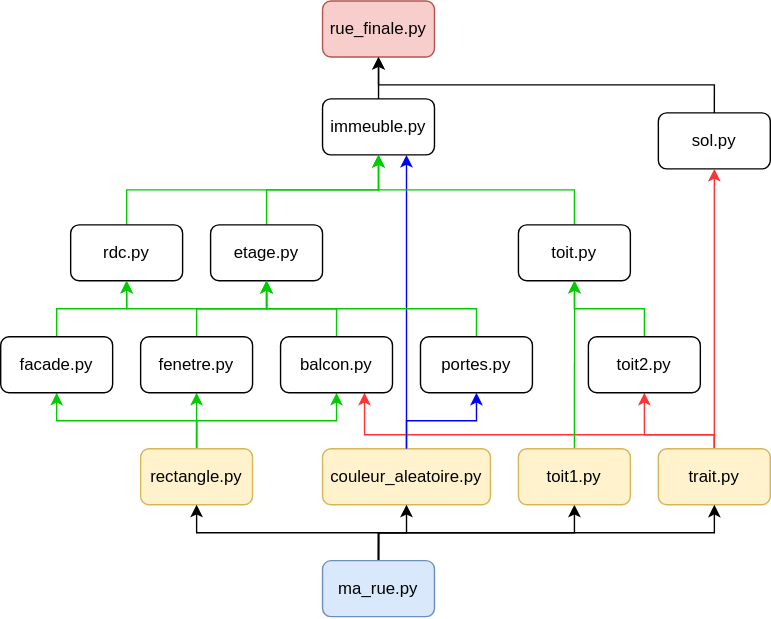
ericECmorlaix/ericECmorlaix.github.io keeps this draw.io diagram as img/dessiner_ma_rue-backlog.svg. Above is the earlier version. Source tidied: cells renumbered, new cells last; positions are measured from the earlier drawing's top-left corner, leaving out a move shared by most shapes.
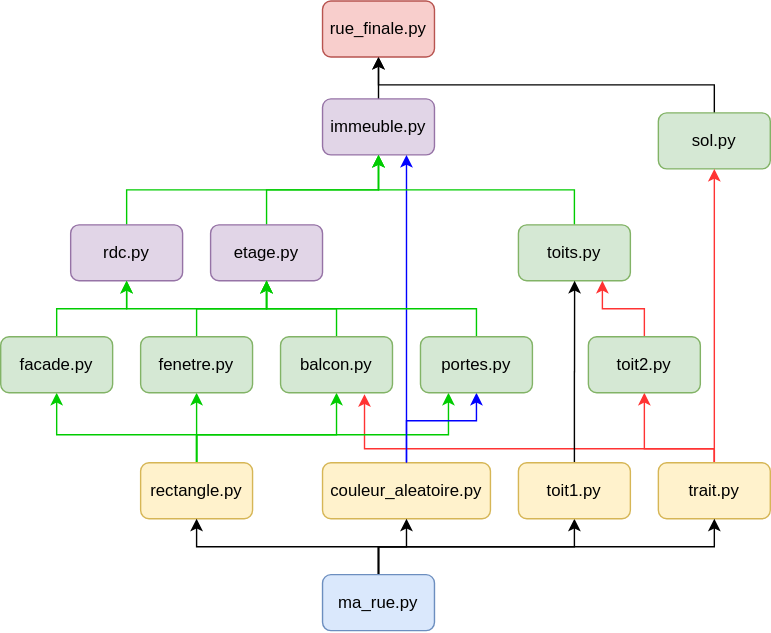
The same file after the commit.

The edit, as a diff of the source:
```diff
@@ -8,76 +8,97 @@
     <mxCell id="3" value="rue_finale.py" style="rounded=1;whiteSpace=wrap;html=1;fillColor=#f8cecc;strokeColor=#b85450;" parent="1" vertex="1">
       <mxGeometry x="230" width="80" height="40" as="geometry" />
     </mxCell>
-    <mxCell id="4" value="immeuble.py" style="rounded=1;whiteSpace=wrap;html=1;" parent="1" vertex="1">
+    <mxCell id="4" value="immeuble.py" style="rounded=1;whiteSpace=wrap;html=1;fillColor=#e1d5e7;strokeColor=#9673a6;" parent="1" vertex="1">
       <mxGeometry x="230" y="70" width="80" height="40" as="geometry" />
     </mxCell>
     <mxCell id="5" style="edgeStyle=orthogonalEdgeStyle;rounded=0;jettySize=auto;html=1;exitX=0.5;exitY=0;exitDx=0;exitDy=0;entryX=0.5;entryY=1;entryDx=0;entryDy=0;startArrow=none;startFill=0;endArrow=classic;endFill=1;" parent="1" edge="1" source="6" target="3">
       <mxGeometry relative="1" as="geometry" />
     </mxCell>
-    <mxCell id="6" value="sol.py" style="rounded=1;whiteSpace=wrap;html=1;" parent="1" vertex="1">
+    <mxCell id="6" value="sol.py" style="rounded=1;whiteSpace=wrap;html=1;fillColor=#d5e8d4;strokeColor=#82b366;" parent="1" vertex="1">
       <mxGeometry x="470" y="80" width="80" height="40" as="geometry" />
     </mxCell>
     <mxCell id="7" style="edgeStyle=orthogonalEdgeStyle;rounded=0;jettySize=auto;html=1;exitX=0.5;exitY=0;exitDx=0;exitDy=0;startArrow=none;startFill=0;endArrow=classic;endFill=1;entryX=0.5;entryY=1;entryDx=0;entryDy=0;strokeColor=#00CC00;" parent="1" edge="1" source="8" target="4">
       <mxGeometry relative="1" as="geometry" />
     </mxCell>
-    <mxCell id="8" value="rdc.py" style="rounded=1;whiteSpace=wrap;html=1;" parent="1" vertex="1">
+    <mxCell id="8" value="rdc.py" style="rounded=1;whiteSpace=wrap;html=1;fillColor=#e1d5e7;strokeColor=#9673a6;" parent="1" vertex="1">
       <mxGeometry x="50" y="160" width="80" height="40" as="geometry" />
     </mxCell>
-    <mxCell id="9" style="edgeStyle=orthogonalEdgeStyle;rounded=0;jettySize=auto;html=1;exitX=0.5;exitY=0;exitDx=0;exitDy=0;startArrow=none;startFill=0;endArrow=classic;endFill=1;strokeColor=#00CC00;" parent="1" edge="1" source="10">
-      <mxGeometry relative="1" as="geometry">
-        <mxPoint x="270" y="110" as="targetPoint" />
-      </mxGeometry>
-    </mxCell>
+    <mxCell id="42" style="edgeStyle=orthogonalEdgeStyle;rounded=0;jettySize=auto;html=1;exitX=0.5;exitY=0;exitDx=0;exitDy=0;startArrow=none;startFill=0;endArrow=classic;endFill=1;strokeColor=#00CC00;" parent="1" edge="1" source="10">
+      <mxGeometry relative="1" as="geometry">
+        <mxPoint x="270" y="110" as="targetPoint" />
+      </mxGeometry>
+    </mxCell>
-    <mxCell id="10" value="etage.py" style="rounded=1;whiteSpace=wrap;html=1;" parent="1" vertex="1">
+    <mxCell id="10" value="etage.py" style="rounded=1;whiteSpace=wrap;html=1;fillColor=#e1d5e7;strokeColor=#9673a6;" parent="1" vertex="1">
       <mxGeometry x="150" y="160" width="80" height="40" as="geometry" />
     </mxCell>
     <mxCell id="11" style="edgeStyle=orthogonalEdgeStyle;rounded=0;jettySize=auto;html=1;exitX=0.5;exitY=0;exitDx=0;exitDy=0;entryX=0.75;entryY=1;entryDx=0;entryDy=0;startArrow=none;startFill=0;endArrow=classic;endFill=1;strokeColor=#0000FF;" parent="1" edge="1" source="12" target="4">
       <mxGeometry relative="1" as="geometry" />
     </mxCell>
     <mxCell id="12" value="couleur_aleatoire.py" style="rounded=1;whiteSpace=wrap;html=1;fillColor=#fff2cc;strokeColor=#d6b656;" parent="1" vertex="1">
-      <mxGeometry x="230" y="320" width="120" height="40" as="geometry" />
+      <mxGeometry x="230" y="330" width="120" height="40" as="geometry" />
     </mxCell>
-    <mxCell id="13" style="edgeStyle=orthogonalEdgeStyle;rounded=0;jettySize=auto;html=1;exitX=0.5;exitY=0;exitDx=0;exitDy=0;startArrow=none;startFill=0;endArrow=classic;endFill=1;strokeColor=#00CC00;" parent="1" edge="1" source="14">
-      <mxGeometry relative="1" as="geometry">
-        <mxPoint x="270" y="110" as="targetPoint" />
-      </mxGeometry>
-    </mxCell>
-    <mxCell id="14" value="toit.py" style="rounded=1;whiteSpace=wrap;html=1;" parent="1" vertex="1">
-      <mxGeometry x="370" y="160" width="80" height="40" as="geometry" />
-    </mxCell>
+    <mxCell id="43" style="edgeStyle=orthogonalEdgeStyle;rounded=0;jettySize=auto;html=1;exitX=0.5;exitY=0;exitDx=0;exitDy=0;startArrow=none;startFill=0;endArrow=classic;endFill=1;strokeColor=#00CC00;" parent="1" edge="1" source="44">
+      <mxGeometry relative="1" as="geometry">
+        <mxPoint x="270" y="110" as="targetPoint" />
+      </mxGeometry>
+    </mxCell>
+    <mxCell id="44" value="toits.py" style="rounded=1;whiteSpace=wrap;html=1;fillColor=#d5e8d4;strokeColor=#82b366;" parent="1" vertex="1">
+      <mxGeometry x="370" y="160" width="80" height="40" as="geometry" />
+    </mxCell>
     <mxCell id="15" style="edgeStyle=orthogonalEdgeStyle;rounded=0;jettySize=auto;html=1;exitX=0.5;exitY=0;exitDx=0;exitDy=0;entryX=0.5;entryY=1;entryDx=0;entryDy=0;startArrow=none;startFill=0;endArrow=classic;endFill=1;strokeColor=#FF3333;" parent="1" edge="1" source="18" target="6">
       <mxGeometry relative="1" as="geometry" />
     </mxCell>
-    <mxCell id="16" style="edgeStyle=orthogonalEdgeStyle;rounded=0;jettySize=auto;html=1;exitX=0.5;exitY=0;exitDx=0;exitDy=0;entryX=0.5;entryY=1;entryDx=0;entryDy=0;startArrow=none;startFill=0;endArrow=classic;endFill=1;strokeColor=#FF3333;" parent="1" edge="1" source="18" target="29">
-      <mxGeometry relative="1" as="geometry">
-        <Array as="points">
-          <mxPoint x="510" y="310" />
-          <mxPoint x="460" y="310" />
-        </Array>
-      </mxGeometry>
-    </mxCell>
-    <mxCell id="17" style="edgeStyle=orthogonalEdgeStyle;rounded=0;jettySize=auto;html=1;exitX=0.5;exitY=0;exitDx=0;exitDy=0;startArrow=none;startFill=0;endArrow=classic;endFill=1;strokeColor=#FF3333;entryX=0.75;entryY=1;entryDx=0;entryDy=0;" parent="1" edge="1" source="18" target="41">
-      <mxGeometry relative="1" as="geometry">
-        <Array as="points">
-          <mxPoint x="510" y="310" />
-          <mxPoint x="260" y="310" />
-        </Array>
-      </mxGeometry>
-    </mxCell>
+    <mxCell id="45" style="edgeStyle=orthogonalEdgeStyle;rounded=0;jettySize=auto;html=1;exitX=0.5;exitY=0;exitDx=0;exitDy=0;entryX=0.5;entryY=1;entryDx=0;entryDy=0;startArrow=none;startFill=0;endArrow=classic;endFill=1;strokeColor=#FF3333;" parent="1" edge="1" target="29">
+      <mxGeometry relative="1" as="geometry">
+        <mxPoint x="510" y="339" as="sourcePoint" />
+        <Array as="points">
+          <mxPoint x="510" y="320" />
+          <mxPoint x="460" y="320" />
+        </Array>
+      </mxGeometry>
+    </mxCell>
+    <mxCell id="46" style="edgeStyle=orthogonalEdgeStyle;rounded=0;orthogonalLoop=1;jettySize=auto;html=1;exitX=0.5;exitY=0;exitDx=0;exitDy=0;startArrow=none;startFill=0;endArrow=classic;endFill=1;strokeColor=#FF3333;" parent="1" edge="1">
+      <mxGeometry relative="1" as="geometry">
+        <mxPoint x="510" y="340" as="sourcePoint" />
+        <mxPoint x="260" y="281" as="targetPoint" />
+        <Array as="points">
+          <mxPoint x="510" y="320" />
+          <mxPoint x="260" y="320" />
+        </Array>
+      </mxGeometry>
+    </mxCell>
     <mxCell id="18" value="trait.py" style="rounded=1;whiteSpace=wrap;html=1;fillColor=#fff2cc;strokeColor=#d6b656;" parent="1" vertex="1">
-      <mxGeometry x="470" y="320" width="80" height="40" as="geometry" />
+      <mxGeometry x="470" y="330" width="80" height="40" as="geometry" />
     </mxCell>
     <mxCell id="19" style="edgeStyle=orthogonalEdgeStyle;rounded=0;jettySize=auto;html=1;exitX=0.5;exitY=0;exitDx=0;exitDy=0;entryX=0.5;entryY=1;entryDx=0;entryDy=0;startArrow=none;startFill=0;endArrow=classic;endFill=1;strokeColor=#00CC00;" parent="1" edge="1" source="22" target="37">
-      <mxGeometry relative="1" as="geometry" />
+      <mxGeometry relative="1" as="geometry">
+        <Array as="points">
+          <mxPoint x="140" y="310" />
+          <mxPoint x="40" y="310" />
+        </Array>
+      </mxGeometry>
     </mxCell>
     <mxCell id="20" style="edgeStyle=orthogonalEdgeStyle;rounded=0;jettySize=auto;html=1;exitX=0.5;exitY=0;exitDx=0;exitDy=0;entryX=0.5;entryY=1;entryDx=0;entryDy=0;startArrow=none;startFill=0;endArrow=classic;endFill=1;strokeColor=#00CC00;" parent="1" edge="1" source="22" target="39">
       <mxGeometry relative="1" as="geometry" />
     </mxCell>
     <mxCell id="21" style="edgeStyle=orthogonalEdgeStyle;rounded=0;jettySize=auto;html=1;exitX=0.5;exitY=0;exitDx=0;exitDy=0;entryX=0.5;entryY=1;entryDx=0;entryDy=0;startArrow=none;startFill=0;endArrow=classic;endFill=1;strokeColor=#00CC00;" parent="1" edge="1" source="22" target="41">
-      <mxGeometry relative="1" as="geometry" />
+      <mxGeometry relative="1" as="geometry">
+        <Array as="points">
+          <mxPoint x="140" y="310" />
+          <mxPoint x="240" y="310" />
+        </Array>
+      </mxGeometry>
     </mxCell>
+    <mxCell id="47" style="edgeStyle=orthogonalEdgeStyle;rounded=0;jettySize=auto;html=1;exitX=0.5;exitY=0;exitDx=0;exitDy=0;entryX=0.25;entryY=1;entryDx=0;entryDy=0;startArrow=none;startFill=0;endArrow=classic;endFill=1;strokeColor=#00CC00;" parent="1" edge="1" source="22" target="34">
+      <mxGeometry relative="1" as="geometry">
+        <Array as="points">
+          <mxPoint x="140" y="310" />
+          <mxPoint x="320" y="310" />
+        </Array>
+      </mxGeometry>
+    </mxCell>
     <mxCell id="22" value="rectangle.py" style="rounded=1;whiteSpace=wrap;html=1;fillColor=#fff2cc;strokeColor=#d6b656;" parent="1" vertex="1">
-      <mxGeometry x="100" y="320" width="80" height="40" as="geometry" />
+      <mxGeometry x="100" y="330" width="80" height="40" as="geometry" />
     </mxCell>
     <mxCell id="23" style="edgeStyle=orthogonalEdgeStyle;rounded=0;jettySize=auto;html=1;exitX=0.5;exitY=0;exitDx=0;exitDy=0;entryX=0.5;entryY=1;entryDx=0;entryDy=0;startArrow=none;startFill=0;endArrow=classic;endFill=1;" parent="1" edge="1" source="27" target="22">
       <mxGeometry relative="1" as="geometry" />
@@ -92,56 +113,61 @@
       <mxGeometry relative="1" as="geometry" />
     </mxCell>
     <mxCell id="27" value="ma_rue.py" style="rounded=1;whiteSpace=wrap;html=1;fillColor=#dae8fc;strokeColor=#6c8ebf;" parent="1" vertex="1">
-      <mxGeometry x="230" y="400" width="80" height="40" as="geometry" />
+      <mxGeometry x="230" y="410" width="80" height="40" as="geometry" />
     </mxCell>
-    <mxCell id="28" style="edgeStyle=orthogonalEdgeStyle;rounded=0;jettySize=auto;html=1;exitX=0.5;exitY=0;exitDx=0;exitDy=0;entryX=0.5;entryY=1;entryDx=0;entryDy=0;startArrow=none;startFill=0;endArrow=classic;endFill=1;strokeColor=#00CC00;" parent="1" edge="1" source="29" target="14">
-      <mxGeometry relative="1" as="geometry" />
-    </mxCell>
+    <mxCell id="48" style="edgeStyle=orthogonalEdgeStyle;rounded=0;jettySize=auto;html=1;exitX=0.5;exitY=0;exitDx=0;exitDy=0;entryX=0.75;entryY=1;entryDx=0;entryDy=0;startArrow=none;startFill=0;endArrow=classic;endFill=1;strokeColor=#FF3333;" parent="1" edge="1" source="29" target="44">
+      <mxGeometry relative="1" as="geometry" />
+    </mxCell>
-    <mxCell id="29" value="toit2.py" style="rounded=1;whiteSpace=wrap;html=1;" parent="1" vertex="1">
+    <mxCell id="29" value="toit2.py" style="rounded=1;whiteSpace=wrap;html=1;fillColor=#d5e8d4;strokeColor=#82b366;" parent="1" vertex="1">
       <mxGeometry x="420" y="240" width="80" height="40" as="geometry" />
     </mxCell>
-    <mxCell id="30" style="edgeStyle=orthogonalEdgeStyle;rounded=0;jettySize=auto;html=1;exitX=0.5;exitY=0;exitDx=0;exitDy=0;strokeColor=#00CC00;" parent="1" edge="1" source="31">
-      <mxGeometry relative="1" as="geometry">
-        <mxPoint x="410.1" y="200" as="targetPoint" />
-      </mxGeometry>
-    </mxCell>
+    <mxCell id="49" style="edgeStyle=orthogonalEdgeStyle;rounded=0;jettySize=auto;html=1;exitX=0.5;exitY=0;exitDx=0;exitDy=0;" parent="1" edge="1" source="31">
+      <mxGeometry relative="1" as="geometry">
+        <mxPoint x="410.1" y="200" as="targetPoint" />
+      </mxGeometry>
+    </mxCell>
     <mxCell id="31" value="toit1.py" style="rounded=1;whiteSpace=wrap;html=1;fillColor=#fff2cc;strokeColor=#d6b656;" parent="1" vertex="1">
-      <mxGeometry x="370" y="320" width="80" height="40" as="geometry" />
+      <mxGeometry x="370" y="330" width="80" height="40" as="geometry" />
     </mxCell>
     <mxCell id="32" style="edgeStyle=orthogonalEdgeStyle;rounded=0;jettySize=auto;html=1;exitX=0.5;exitY=1;exitDx=0;exitDy=0;entryX=0.5;entryY=0;entryDx=0;entryDy=0;startArrow=classic;startFill=1;endArrow=none;endFill=0;strokeColor=#0000FF;" parent="1" edge="1" source="34" target="12">
-      <mxGeometry relative="1" as="geometry" />
+      <mxGeometry relative="1" as="geometry">
+        <Array as="points">
+          <mxPoint x="340" y="300" />
+          <mxPoint x="290" y="300" />
+        </Array>
+      </mxGeometry>
     </mxCell>
-    <mxCell id="33" style="edgeStyle=orthogonalEdgeStyle;rounded=0;jettySize=auto;html=1;exitX=0.5;exitY=0;exitDx=0;exitDy=0;startArrow=none;startFill=0;endArrow=classic;endFill=1;strokeColor=#00CC00;" parent="1" edge="1" source="34">
-      <mxGeometry relative="1" as="geometry">
-        <mxPoint x="190" y="200" as="targetPoint" />
-      </mxGeometry>
-    </mxCell>
+    <mxCell id="50" style="edgeStyle=orthogonalEdgeStyle;rounded=0;jettySize=auto;html=1;exitX=0.5;exitY=0;exitDx=0;exitDy=0;startArrow=none;startFill=0;endArrow=classic;endFill=1;strokeColor=#00CC00;" parent="1" edge="1" source="34">
+      <mxGeometry relative="1" as="geometry">
+        <mxPoint x="190" y="200" as="targetPoint" />
+      </mxGeometry>
+    </mxCell>
-    <mxCell id="34" value="portes.py" style="rounded=1;whiteSpace=wrap;html=1;" parent="1" vertex="1">
+    <mxCell id="34" value="portes.py" style="rounded=1;whiteSpace=wrap;html=1;fillColor=#d5e8d4;strokeColor=#82b366;" parent="1" vertex="1">
       <mxGeometry x="300" y="240" width="80" height="40" as="geometry" />
     </mxCell>
     <mxCell id="35" style="edgeStyle=orthogonalEdgeStyle;rounded=0;jettySize=auto;html=1;exitX=0.5;exitY=1;exitDx=0;exitDy=0;entryX=0.5;entryY=1;entryDx=0;entryDy=0;startArrow=none;startFill=0;endArrow=classic;endFill=1;strokeColor=#00CC00;" parent="1" edge="1" source="10" target="8">
       <mxGeometry relative="1" as="geometry" />
     </mxCell>
-    <mxCell id="36" style="edgeStyle=orthogonalEdgeStyle;rounded=0;jettySize=auto;html=1;exitX=0.5;exitY=0;exitDx=0;exitDy=0;startArrow=none;startFill=0;endArrow=classic;endFill=1;strokeColor=#00CC00;" parent="1" edge="1" source="37">
-      <mxGeometry relative="1" as="geometry">
-        <mxPoint x="90" y="200" as="targetPoint" />
-      </mxGeometry>
-    </mxCell>
+    <mxCell id="51" style="edgeStyle=orthogonalEdgeStyle;rounded=0;jettySize=auto;html=1;exitX=0.5;exitY=0;exitDx=0;exitDy=0;startArrow=none;startFill=0;endArrow=classic;endFill=1;strokeColor=#00CC00;" parent="1" edge="1" source="37">
+      <mxGeometry relative="1" as="geometry">
+        <mxPoint x="90" y="200" as="targetPoint" />
+      </mxGeometry>
+    </mxCell>
-    <mxCell id="37" value="facade.py" style="rounded=1;whiteSpace=wrap;html=1;" parent="1" vertex="1">
+    <mxCell id="37" value="facade.py" style="rounded=1;whiteSpace=wrap;html=1;fillColor=#d5e8d4;strokeColor=#82b366;" parent="1" vertex="1">
       <mxGeometry y="240" width="80" height="40" as="geometry" />
     </mxCell>
     <mxCell id="38" style="edgeStyle=orthogonalEdgeStyle;rounded=0;jettySize=auto;html=1;exitX=0.5;exitY=0;exitDx=0;exitDy=0;entryX=0.5;entryY=1;entryDx=0;entryDy=0;startArrow=none;startFill=0;endArrow=classic;endFill=1;strokeColor=#00CC00;" parent="1" edge="1" source="39" target="10">
       <mxGeometry relative="1" as="geometry" />
     </mxCell>
-    <mxCell id="39" value="fenetre.py" style="rounded=1;whiteSpace=wrap;html=1;" parent="1" vertex="1">
+    <mxCell id="39" value="fenetre.py" style="rounded=1;whiteSpace=wrap;html=1;fillColor=#d5e8d4;strokeColor=#82b366;" parent="1" vertex="1">
       <mxGeometry x="100" y="240" width="80" height="40" as="geometry" />
     </mxCell>
-    <mxCell id="40" style="edgeStyle=orthogonalEdgeStyle;rounded=0;jettySize=auto;html=1;exitX=0.5;exitY=0;exitDx=0;exitDy=0;startArrow=none;startFill=0;endArrow=classic;endFill=1;strokeColor=#00CC00;" parent="1" edge="1" source="41">
-      <mxGeometry relative="1" as="geometry">
-        <mxPoint x="190" y="200" as="targetPoint" />
-      </mxGeometry>
-    </mxCell>
+    <mxCell id="52" style="edgeStyle=orthogonalEdgeStyle;rounded=0;jettySize=auto;html=1;exitX=0.5;exitY=0;exitDx=0;exitDy=0;startArrow=none;startFill=0;endArrow=classic;endFill=1;strokeColor=#00CC00;" parent="1" edge="1" source="41">
+      <mxGeometry relative="1" as="geometry">
+        <mxPoint x="190" y="200" as="targetPoint" />
+      </mxGeometry>
+    </mxCell>
-    <mxCell id="41" value="balcon.py" style="rounded=1;whiteSpace=wrap;html=1;" parent="1" vertex="1">
+    <mxCell id="41" value="balcon.py" style="rounded=1;whiteSpace=wrap;html=1;fillColor=#d5e8d4;strokeColor=#82b366;" parent="1" vertex="1">
       <mxGeometry x="200" y="240" width="80" height="40" as="geometry" />
     </mxCell>
   </root>
```
